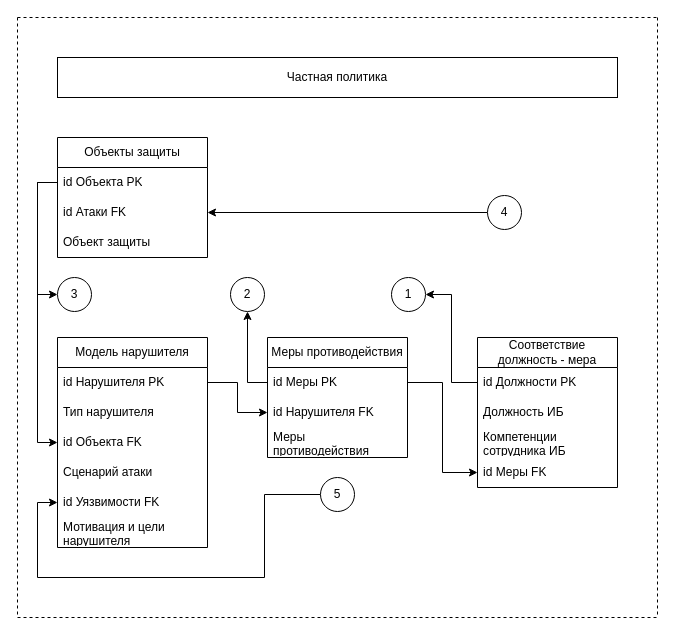
SmirnovBogdan8/Diplom keeps this draw.io diagram as Частная политика.drawio. Above is the earlier version. Source tidied: cells renumbered, new cells numbered last; positions are measured from the earlier drawing's top-left corner, leaving out a move shared by most shapes. Both pictures are drawn from the tidied source at 100%, with x=0, y=0 at pixel (17, 17).
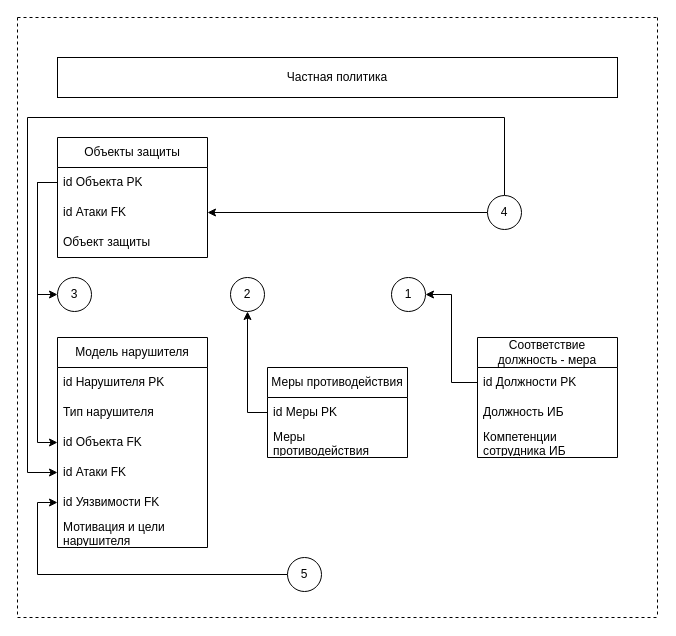
After the change.

The change refers to these unchanged cells:
```xml
<mxCell id="6" value="Модель нарушителя" style="swimlane;fontStyle=0;horizontal=1;startSize=30;whiteSpace=wrap;html=1;" parent="1" vertex="1">
  <mxGeometry x="40" y="320" width="150" height="210" as="geometry" />
</mxCell>
<mxCell id="7" value="id Нарушителя PK" style="text;strokeColor=none;fillColor=none;align=left;verticalAlign=middle;spacingLeft=4;spacingRight=4;overflow=hidden;points=[[0,0.5],[1,0.5]];portConstraint=eastwest;whiteSpace=wrap;html=1;" parent="6" vertex="1">
  <mxGeometry y="30" width="150" height="30" as="geometry" />
</mxCell>
<mxCell id="11" value="id Уязвимости FK" style="text;strokeColor=none;fillColor=none;align=left;verticalAlign=middle;spacingLeft=4;spacingRight=4;overflow=hidden;points=[[0,0.5],[1,0.5]];portConstraint=eastwest;whiteSpace=wrap;html=1;" parent="6" vertex="1">
  <mxGeometry y="150" width="150" height="30" as="geometry" />
</mxCell>
<mxCell id="14" value="id Меры PK" style="text;strokeColor=none;fillColor=none;align=left;verticalAlign=middle;spacingLeft=4;spacingRight=4;overflow=hidden;points=[[0,0.5],[1,0.5]];portConstraint=eastwest;whiteSpace=wrap;html=1;" parent="13" vertex="1">
  <mxGeometry y="30" width="140" height="30" as="geometry" />
</mxCell>
<mxCell id="37" value="4" style="ellipse;whiteSpace=wrap;html=1;" parent="1" vertex="1">
  <mxGeometry x="470" y="178" width="34" height="34" as="geometry" />
</mxCell>
```

Diff of the diagram source:
```diff
@@
-    <mxCell id="10" value="Сценарий атаки" style="text;strokeColor=none;fillColor=none;align=left;verticalAlign=middle;spacingLeft=4;spacingRight=4;overflow=hidden;points=[[0,0.5],[1,0.5]];portConstraint=eastwest;whiteSpace=wrap;html=1;" parent="6" vertex="1">
+    <mxCell id="10" value="id Атаки FK" style="text;strokeColor=none;fillColor=none;align=left;verticalAlign=middle;spacingLeft=4;spacingRight=4;overflow=hidden;points=[[0,0.5],[1,0.5]];portConstraint=eastwest;whiteSpace=wrap;html=1;" parent="6" vertex="1">
       <mxGeometry y="120" width="150" height="30" as="geometry" />
     </mxCell>
@@
     <mxCell id="13" value="Меры противодействия" style="swimlane;fontStyle=0;horizontal=1;startSize=30;whiteSpace=wrap;html=1;" parent="1" vertex="1">
-      <mxGeometry x="250" y="320" width="140" height="120" as="geometry" />
+      <mxGeometry x="250" y="350" width="140" height="90" as="geometry" />
     </mxCell>
@@
-    <mxCell id="15" value="id Нарушителя FK" style="text;strokeColor=none;fillColor=none;align=left;verticalAlign=middle;spacingLeft=4;spacingRight=4;overflow=hidden;points=[[0,0.5],[1,0.5]];portConstraint=eastwest;whiteSpace=wrap;html=1;" parent="13" vertex="1">
-      <mxGeometry y="60" width="140" height="30" as="geometry" />
-    </mxCell>
     <mxCell id="16" value="Меры противодействия" style="text;strokeColor=none;fillColor=none;align=left;verticalAlign=middle;spacingLeft=4;spacingRight=4;overflow=hidden;whiteSpace=wrap;html=1;" parent="13" vertex="1">
-      <mxGeometry y="90" width="140" height="30" as="geometry" />
+      <mxGeometry y="60" width="140" height="30" as="geometry" />
     </mxCell>
@@
     <mxCell id="21" value="Соответствие должность - мера" style="swimlane;fontStyle=0;horizontal=1;startSize=30;whiteSpace=wrap;html=1;" parent="1" vertex="1">
-      <mxGeometry x="460" y="320" width="140" height="150" as="geometry" />
+      <mxGeometry x="460" y="320" width="140" height="120" as="geometry" />
     </mxCell>
@@
-    <mxCell id="25" value="id Меры FK" style="text;strokeColor=none;fillColor=none;align=left;verticalAlign=middle;spacingLeft=4;spacingRight=4;overflow=hidden;points=[[0,0.5],[1,0.5]];portConstraint=eastwest;whiteSpace=wrap;html=1;" parent="21" vertex="1">
-      <mxGeometry y="120" width="140" height="30" as="geometry" />
-    </mxCell>
-    <mxCell id="26" style="edgeStyle=orthogonalEdgeStyle;rounded=0;jettySize=auto;html=1;entryX=0;entryY=0.5;entryDx=0;entryDy=0;" parent="1" edge="1" source="7" target="15">
-      <mxGeometry relative="1" as="geometry" />
-    </mxCell>
@@
-    <mxCell id="28" style="edgeStyle=orthogonalEdgeStyle;rounded=0;jettySize=auto;html=1;entryX=0;entryY=0.5;entryDx=0;entryDy=0;" parent="1" edge="1" source="14" target="25">
-      <mxGeometry relative="1" as="geometry" />
-    </mxCell>
@@
+    <mxCell id="40" style="edgeStyle=orthogonalEdgeStyle;rounded=0;jettySize=auto;html=1;entryX=0;entryY=0.5;entryDx=0;entryDy=0;" parent="1" edge="1" source="37" target="10">
+      <mxGeometry relative="1" as="geometry">
+        <Array as="points">
+          <mxPoint x="487" y="100" />
+          <mxPoint x="10" y="100" />
+          <mxPoint x="10" y="455" />
+        </Array>
+      </mxGeometry>
+    </mxCell>
@@
     <mxCell id="38" style="edgeStyle=orthogonalEdgeStyle;rounded=0;jettySize=auto;html=1;entryX=0;entryY=0.5;entryDx=0;entryDy=0;" parent="1" edge="1" source="39" target="11">
       <mxGeometry relative="1" as="geometry">
         <Array as="points">
-          <mxPoint x="247" y="477" />
-          <mxPoint x="247" y="560" />
-          <mxPoint x="20" y="560" />
+          <mxPoint x="20" y="557" />
           <mxPoint x="20" y="485" />
         </Array>
       </mxGeometry>
     </mxCell>
     <mxCell id="39" value="5" style="ellipse;whiteSpace=wrap;html=1;" parent="1" vertex="1">
-      <mxGeometry x="303" y="460" width="34" height="34" as="geometry" />
+      <mxGeometry x="270" y="540" width="34" height="34" as="geometry" />
     </mxCell>
```
